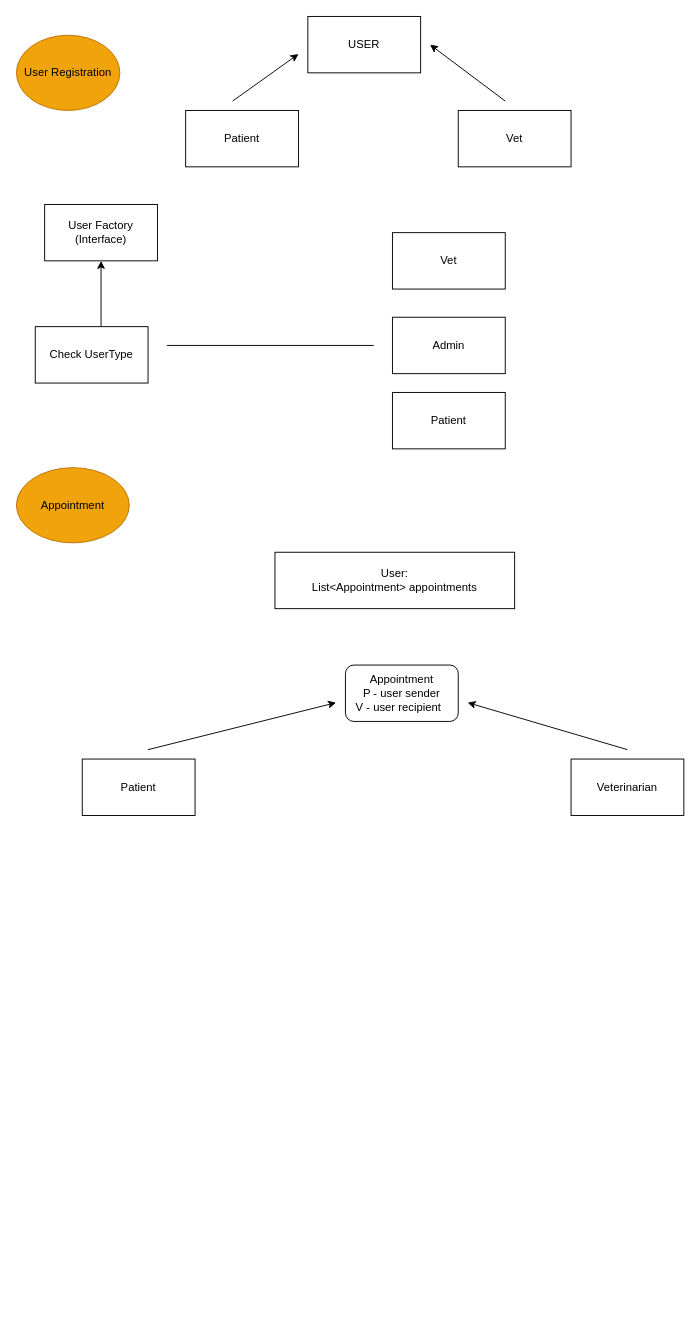
Before: pet-care/src/main/java/com/majesty/pet_care/diagram/diagram.drawio in jacob-majesty/pet-care, a draw.io diagram. Source tidied: cells renumbered, new cells numbered last; positions are measured from the earlier drawing's top-left corner, leaving out a move shared by most shapes. Both pictures are drawn from the tidied source at 94%, with x=0, y=0 at pixel (16, 16).
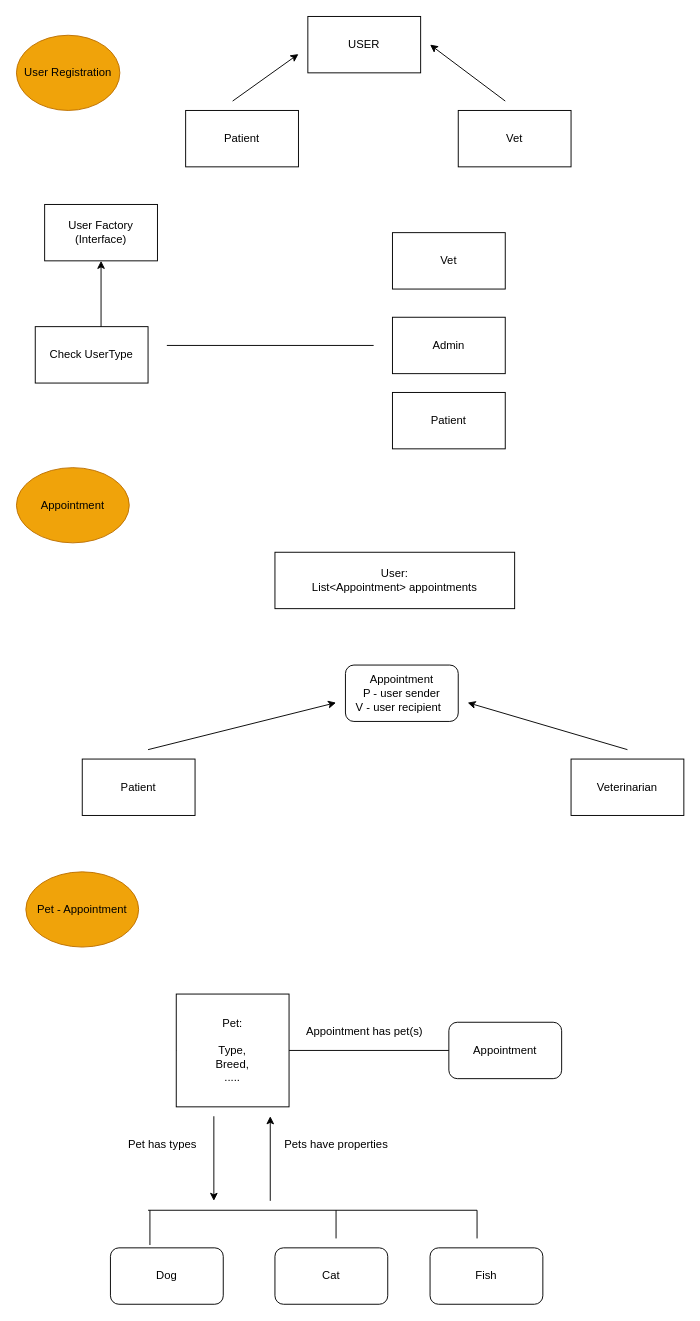
The same diagram, later.

What changed in the source:
```diff
@@
+    <mxCell id="22" value="Pet - Appointment" style="ellipse;whiteSpace=wrap;html=1;fillColor=#f0a30a;fontColor=#000000;strokeColor=#BD7000;" parent="1" vertex="1">
+      <mxGeometry x="10" y="910" width="120" height="80" as="geometry" />
+    </mxCell>
+    <mxCell id="23" value="Appointment" style="rounded=1;whiteSpace=wrap;html=1;" parent="1" vertex="1">
+      <mxGeometry x="460" y="1070" width="120" height="60" as="geometry" />
+    </mxCell>
+    <mxCell id="24" style="endArrow=none;html=1;entryX=0;entryY=0.5;entryDx=0;entryDy=0;startArrow=none;" parent="1" edge="1" source="33" target="23">
+      <mxGeometry relative="1" as="geometry" />
+    </mxCell>
+    <mxCell id="25" value="Dog" style="rounded=1;whiteSpace=wrap;html=1;" parent="1" vertex="1">
+      <mxGeometry x="100" y="1310" width="120" height="60" as="geometry" />
+    </mxCell>
+    <mxCell id="26" value="Cat" style="rounded=1;whiteSpace=wrap;html=1;" parent="1" vertex="1">
+      <mxGeometry x="275" y="1310" width="120" height="60" as="geometry" />
+    </mxCell>
+    <mxCell id="27" value="Fish" style="rounded=1;whiteSpace=wrap;html=1;" parent="1" vertex="1">
+      <mxGeometry x="440" y="1310" width="120" height="60" as="geometry" />
+    </mxCell>
+    <mxCell id="28" style="endArrow=none;html=1;" parent="1" edge="1">
+      <mxGeometry relative="1" as="geometry">
+        <mxPoint x="140" y="1270" as="sourcePoint" />
+        <mxPoint x="490" y="1270" as="targetPoint" />
+      </mxGeometry>
+    </mxCell>
+    <mxCell id="29" style="endArrow=none;html=1;" parent="1" edge="1">
+      <mxGeometry relative="1" as="geometry">
+        <mxPoint x="340" y="1270" as="sourcePoint" />
+        <mxPoint x="340" y="1300" as="targetPoint" />
+      </mxGeometry>
+    </mxCell>
+    <mxCell id="30" style="endArrow=none;html=1;entryX=0.35;entryY=-0.05;entryDx=0;entryDy=0;entryPerimeter=0;" parent="1" edge="1" target="25">
+      <mxGeometry relative="1" as="geometry">
+        <mxPoint x="142" y="1270" as="sourcePoint" />
+      </mxGeometry>
+    </mxCell>
+    <mxCell id="31" style="endArrow=none;html=1;" parent="1" edge="1">
+      <mxGeometry relative="1" as="geometry">
+        <mxPoint x="490" y="1270" as="sourcePoint" />
+        <mxPoint x="490" y="1300" as="targetPoint" />
+      </mxGeometry>
+    </mxCell>
+    <mxCell id="32" style="endArrow=none;html=1;entryX=0;entryY=0.5;entryDx=0;entryDy=0;" parent="1" edge="1" target="33">
+      <mxGeometry relative="1" as="geometry">
+        <mxPoint x="220" y="1100" as="sourcePoint" />
+      </mxGeometry>
+    </mxCell>
+    <mxCell id="33" value="Pet:&lt;br&gt;&lt;br&gt;Type,&lt;br&gt;Breed,&lt;br&gt;....." style="rounded=0;whiteSpace=wrap;html=1;" parent="1" vertex="1">
+      <mxGeometry x="170" y="1040" width="120" height="120" as="geometry" />
+    </mxCell>
+    <mxCell id="34" style="endArrow=classic;html=1;" parent="1" edge="1">
+      <mxGeometry relative="1" as="geometry">
+        <mxPoint x="210" y="1170" as="sourcePoint" />
+        <mxPoint x="210" y="1260" as="targetPoint" />
+      </mxGeometry>
+    </mxCell>
+    <mxCell id="35" value="Pet has types" style="text;html=1;align=center;verticalAlign=middle;strokeColor=none;fillColor=none;" parent="1" vertex="1">
+      <mxGeometry x="105" y="1185" width="100" height="30" as="geometry" />
+    </mxCell>
+    <mxCell id="36" style="endArrow=classic;html=1;" parent="1" edge="1">
+      <mxGeometry relative="1" as="geometry">
+        <mxPoint x="270" y="1260" as="sourcePoint" />
+        <mxPoint x="270" y="1170" as="targetPoint" />
+      </mxGeometry>
+    </mxCell>
+    <mxCell id="37" value="Pets have properties" style="text;html=1;align=center;verticalAlign=middle;strokeColor=none;fillColor=none;" parent="1" vertex="1">
+      <mxGeometry x="275" y="1185" width="130" height="30" as="geometry" />
+    </mxCell>
+    <mxCell id="38" value="Appointment has pet(s)" style="text;html=1;align=center;verticalAlign=middle;strokeColor=none;fillColor=none;" parent="1" vertex="1">
+      <mxGeometry x="295" y="1065" width="150" height="30" as="geometry" />
+    </mxCell>
```
